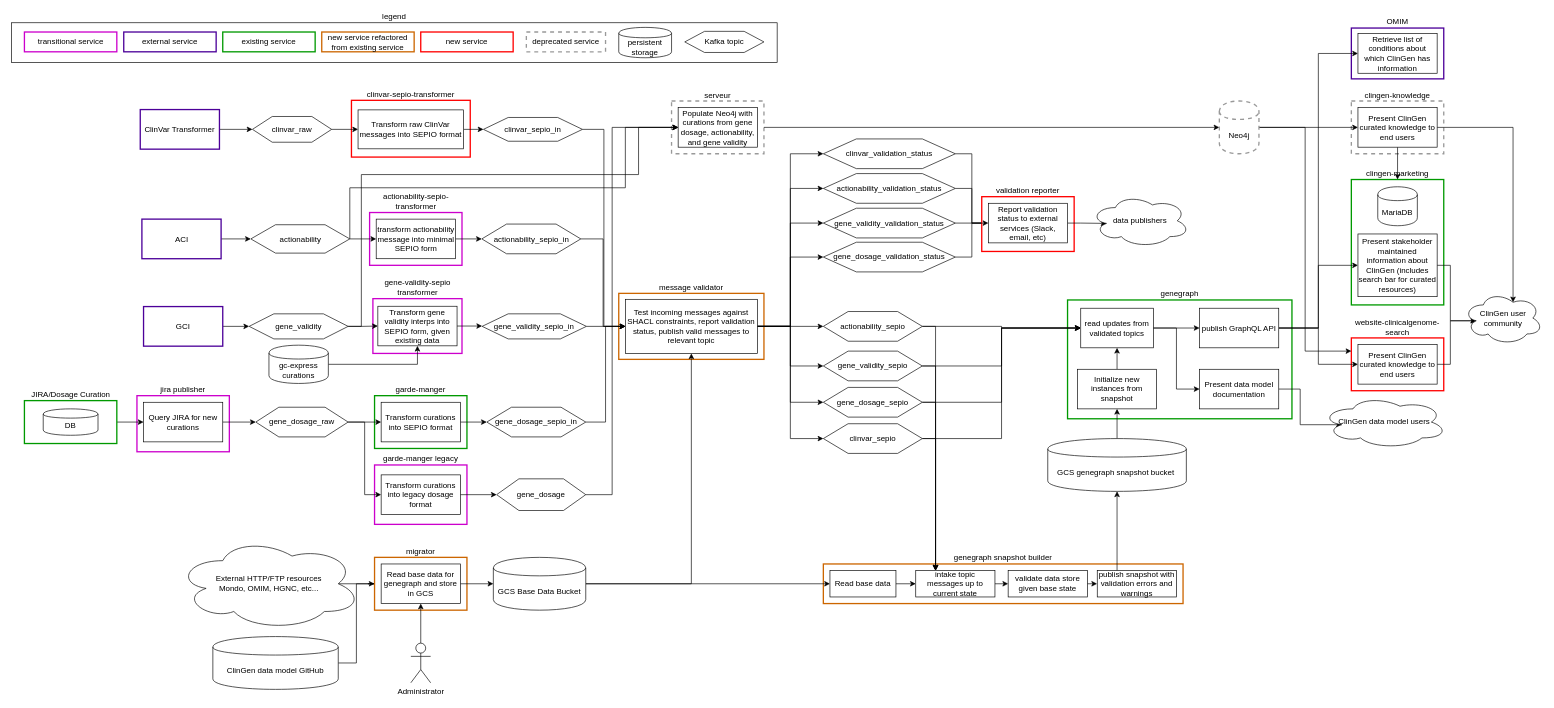
clingen-data-model/architecture keeps this draw.io diagram as page "transitional" (3 of 3) of B/G ClinGen Architecture.drawio. Above is the earlier version. Source tidied: cells renumbered, new cells numbered last; positions are measured from the earlier drawing's top-left corner, leaving out a move shared by most shapes. Both pictures are drawn from the tidied source at 66%, with x=0, y=0 at pixel (11, 22).
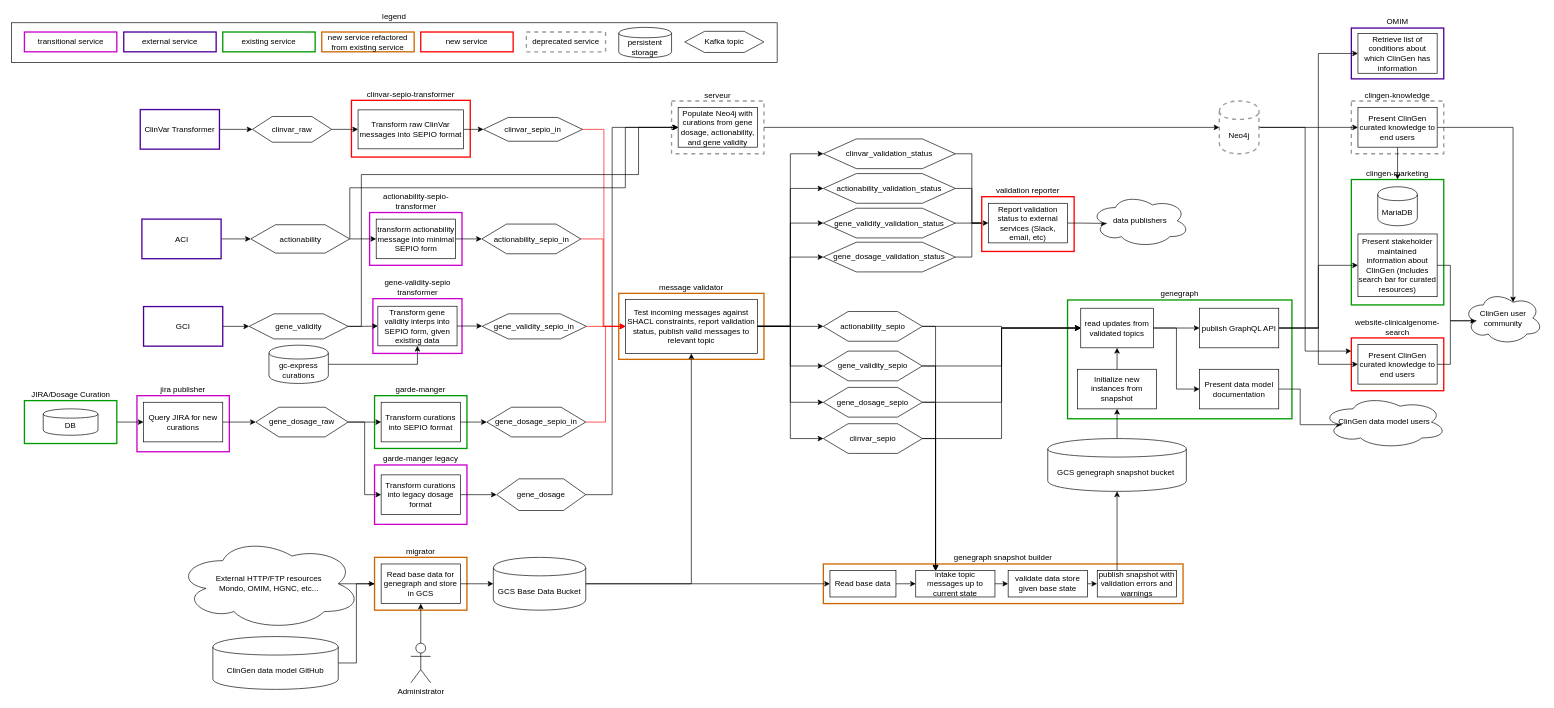
After the change.

The change refers to these unchanged cells:
```xml
<mxCell id="40" value="actionability_sepio_in" style="shape=hexagon;perimeter=hexagonPerimeter2;whiteSpace=wrap;html=1;" parent="1" vertex="1">
  <mxGeometry x="712.5" y="305" width="150" height="45" as="geometry" />
</mxCell>
<mxCell id="64" value="Test incoming messages against SHACL constraints, report validation status, publish valid messages to relevant topic" style="rounded=0;whiteSpace=wrap;html=1;" parent="1" vertex="1">
  <mxGeometry x="930" y="419" width="200" height="82" as="geometry" />
</mxCell>
<mxCell id="81" value="gene_dosage_sepio_in" style="shape=hexagon;perimeter=hexagonPerimeter2;whiteSpace=wrap;html=1;" parent="1" vertex="1">
  <mxGeometry x="720" y="582.5" width="150" height="45" as="geometry" />
</mxCell>
<mxCell id="83" value="clinvar_sepio_in" style="shape=hexagon;perimeter=hexagonPerimeter2;whiteSpace=wrap;html=1;" parent="1" vertex="1">
  <mxGeometry x="715" y="143.5" width="150" height="36" as="geometry" />
</mxCell>
<mxCell id="129" value="gene_dosage" style="shape=hexagon;perimeter=hexagonPerimeter2;whiteSpace=wrap;html=1;strokeColor=#000000;strokeWidth=1;fontColor=#000000;" parent="1" vertex="1">
  <mxGeometry x="735" y="691" width="135" height="48" as="geometry" />
</mxCell>
<mxCell id="143" value="gene_validity_sepio_in" style="shape=hexagon;perimeter=hexagonPerimeter2;whiteSpace=wrap;html=1;strokeColor=#000000;strokeWidth=1;fontColor=#000000;" parent="1" vertex="1">
  <mxGeometry x="713" y="441" width="158" height="38" as="geometry" />
</mxCell>
<mxCell id="146" value="Populate Neo4j with curations from gene dosage, actionability, and gene validity" style="rounded=0;whiteSpace=wrap;html=1;" parent="1" vertex="1">
  <mxGeometry x="1010" y="128.5" width="120" height="60" as="geometry" />
</mxCell>
```

Diff of the diagram source:
```diff
@@
-    <mxCell id="39" style="edgeStyle=orthogonalEdgeStyle;rounded=0;jettySize=auto;html=1;exitX=1;exitY=0.5;exitDx=0;exitDy=0;entryX=0;entryY=0.5;entryDx=0;entryDy=0;" parent="1" edge="1" source="40" target="64">
+    <mxCell id="39" style="edgeStyle=orthogonalEdgeStyle;rounded=0;jettySize=auto;html=1;exitX=1;exitY=0.5;exitDx=0;exitDy=0;entryX=0;entryY=0.5;entryDx=0;entryDy=0;strokeColor=#FF0000;" parent="1" edge="1" source="40" target="64">
       <mxGeometry relative="1" as="geometry" />
     </mxCell>
@@
-    <mxCell id="80" style="edgeStyle=orthogonalEdgeStyle;rounded=0;jettySize=auto;html=1;exitX=1;exitY=0.5;exitDx=0;exitDy=0;entryX=0;entryY=0.5;entryDx=0;entryDy=0;" parent="1" edge="1" source="81" target="64">
+    <mxCell id="80" style="edgeStyle=orthogonalEdgeStyle;rounded=0;jettySize=auto;html=1;exitX=1;exitY=0.5;exitDx=0;exitDy=0;entryX=0;entryY=0.5;entryDx=0;entryDy=0;strokeColor=#FF0000;" parent="1" edge="1" source="81" target="64">
       <mxGeometry relative="1" as="geometry" />
     </mxCell>
@@
-    <mxCell id="82" style="edgeStyle=orthogonalEdgeStyle;rounded=0;jettySize=auto;html=1;exitX=1;exitY=0.5;exitDx=0;exitDy=0;entryX=0;entryY=0.5;entryDx=0;entryDy=0;" parent="1" edge="1" source="83" target="64">
+    <mxCell id="82" style="edgeStyle=orthogonalEdgeStyle;rounded=0;jettySize=auto;html=1;exitX=1;exitY=0.5;exitDx=0;exitDy=0;entryX=0;entryY=0.5;entryDx=0;entryDy=0;strokeColor=#FF0000;" parent="1" edge="1" source="83" target="64">
       <mxGeometry relative="1" as="geometry" />
     </mxCell>
@@
-    <mxCell id="128" style="edgeStyle=orthogonalEdgeStyle;rounded=0;jettySize=auto;html=1;exitX=1;exitY=0.5;exitDx=0;exitDy=0;entryX=0;entryY=0.5;entryDx=0;entryDy=0;fontColor=#CCCCCC;" parent="1" edge="1" source="129" target="146">
+    <mxCell id="128" style="edgeStyle=orthogonalEdgeStyle;rounded=0;jettySize=auto;html=1;exitX=1;exitY=0.5;exitDx=0;exitDy=0;entryX=0;entryY=0.5;entryDx=0;entryDy=0;fontColor=#CCCCCC;strokeColor=#000000;" parent="1" edge="1" source="129" target="146">
       <mxGeometry relative="1" as="geometry">
         <Array as="points">
           <mxPoint x="910" y="715" />
           <mxPoint x="910" y="159" />
         </Array>
       </mxGeometry>
     </mxCell>
@@
-    <mxCell id="142" style="edgeStyle=orthogonalEdgeStyle;rounded=0;jettySize=auto;html=1;exitX=1;exitY=0.5;exitDx=0;exitDy=0;entryX=0;entryY=0.5;entryDx=0;entryDy=0;fontColor=#000000;" parent="1" edge="1" source="143" target="64">
+    <mxCell id="142" style="edgeStyle=orthogonalEdgeStyle;rounded=0;jettySize=auto;html=1;exitX=1;exitY=0.5;exitDx=0;exitDy=0;entryX=0;entryY=0.5;entryDx=0;entryDy=0;fontColor=#000000;strokeColor=#FF0000;" parent="1" edge="1" source="143" target="64">
       <mxGeometry relative="1" as="geometry" />
     </mxCell>
```
